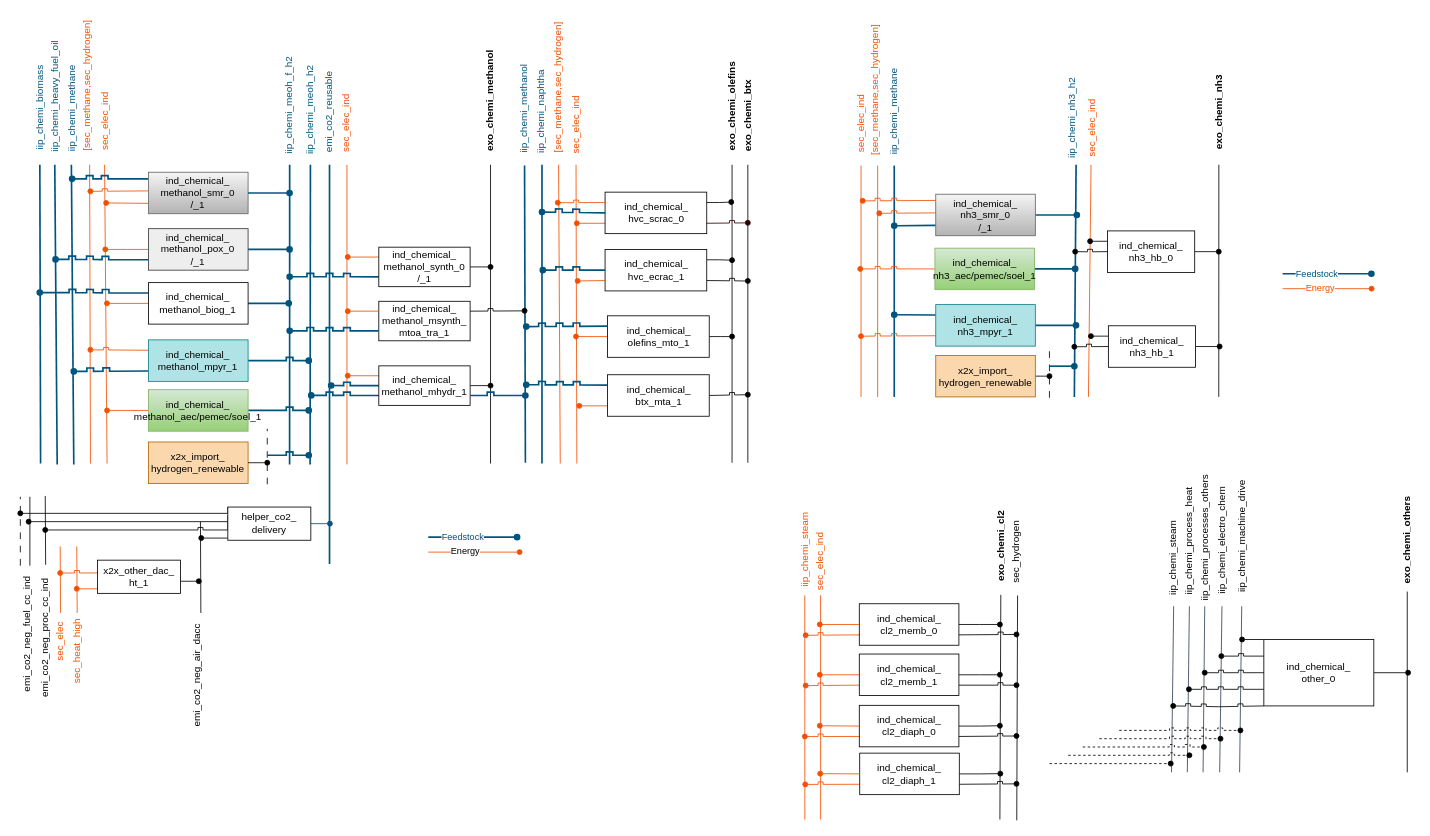
Earlier version of the draw.io diagram page "Chemi_SEDOS_v01" (4 of 19) of TAM_Industry_RES.drawio (anik-ier/TAM_Industry_RES). Source tidied: cells renumbered, new cells numbered last; positions are measured from the earlier drawing's top-left corner, leaving out a move shared by most shapes. Both pictures are drawn from the tidied source at 83%, with x=0, y=0 at pixel (-30, 21).
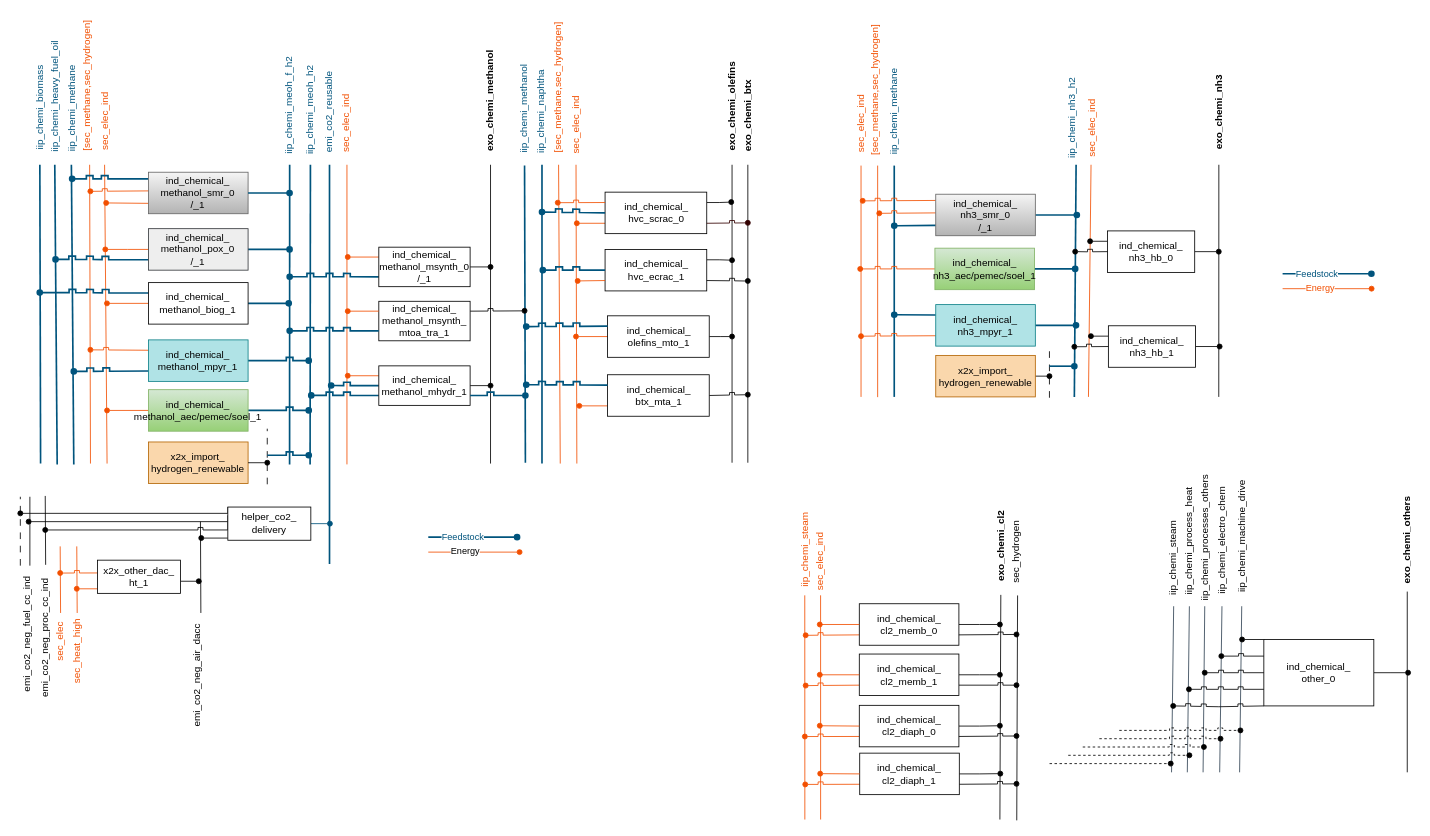
Above is the later version.

The change refers to these unchanged cells:
```xml
<mxCell id="142" style="group;" parent="136" vertex="1">
  <mxGeometry y="-143" width="256.4" height="337.6" as="geometry" />
</mxCell>
```

Change to the diagram source:
```diff
@@
-    <mxCell id="146" value="&lt;div&gt;ind_chemical_&lt;/div&gt;&lt;div&gt;methanol_synth_0&lt;/div&gt;/_1" style="rounded=0;whiteSpace=wrap;html=1;" parent="142" vertex="1">
+    <mxCell id="146" value="&lt;div&gt;ind_chemical_&lt;/div&gt;&lt;div&gt;methanol_msynth_0&lt;/div&gt;/_1" style="rounded=0;whiteSpace=wrap;html=1;" parent="142" vertex="1">
       <mxGeometry x="146.4" y="272.4" width="110" height="47.6" as="geometry" />
     </mxCell>
```
